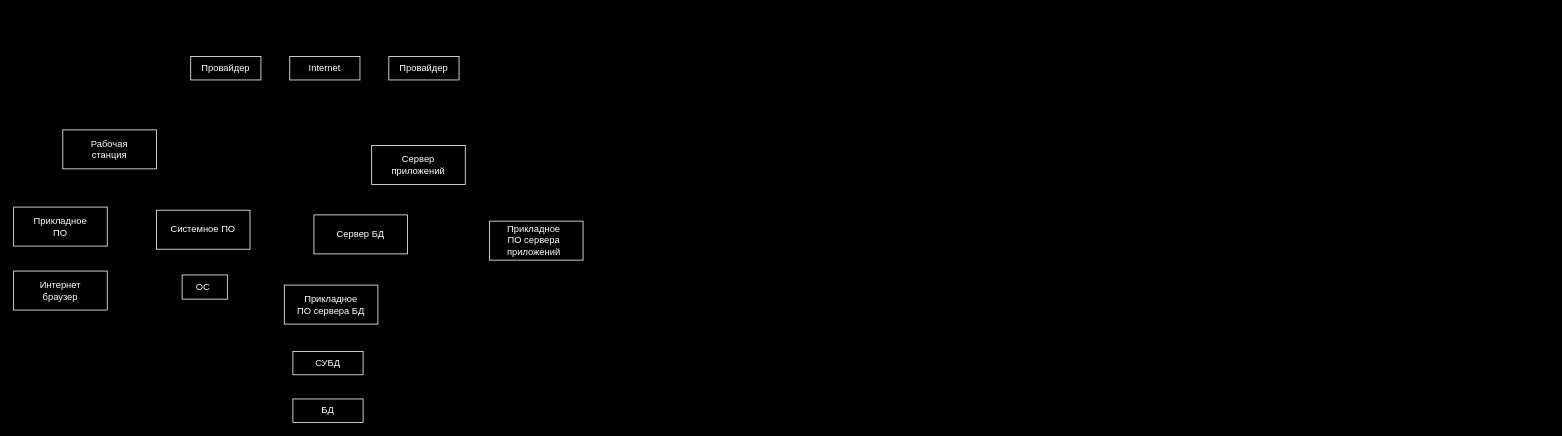
Before: Проектная модель СЭ ПС.drawio in hiff0/db-city-council, a draw.io diagram. Source tidied: cells renumbered, new cells numbered last; positions are measured from the earlier drawing's top-left corner, leaving out a move shared by most shapes. Both pictures are drawn from the tidied source at 78%, with x=0, y=0 at pixel (13, 56).
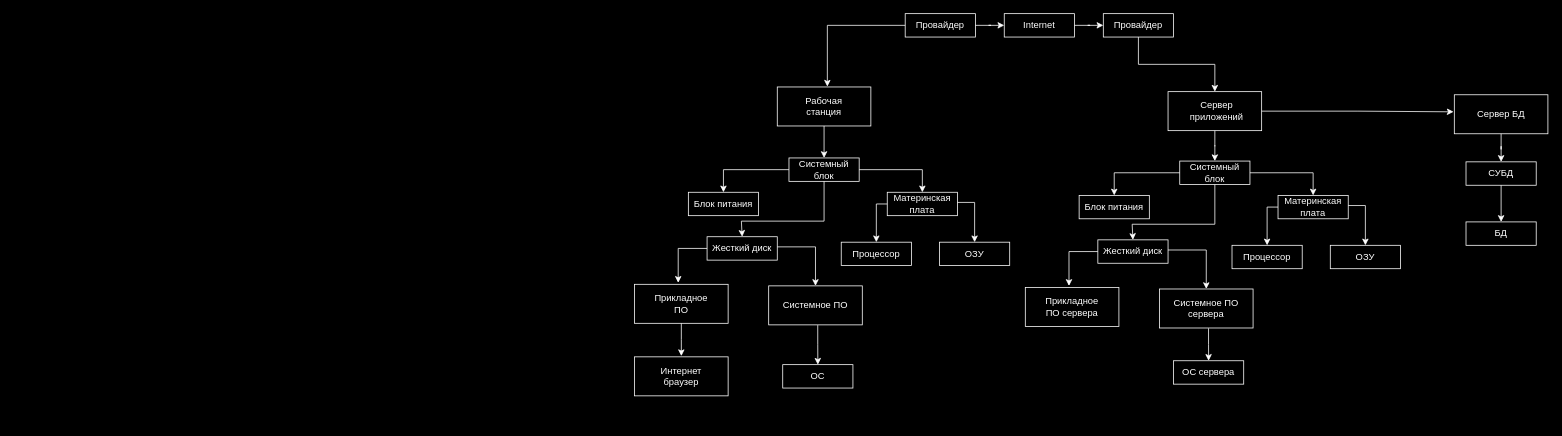
The same diagram, later.

Change to the diagram source:
```diff
@@
     <mxCell id="2" style="rounded=0;whiteSpace=wrap;html=1;strokeColor=#FFFFFF;fillColor=none;" parent="1" vertex="1">
-      <mxGeometry y="275" width="120" height="50" as="geometry" />
+      <mxGeometry x="796" y="385" width="120" height="50" as="geometry" />
     </mxCell>
     <mxCell id="3" value="&lt;font color=&quot;#ffffff&quot;&gt;Интернет браузер&lt;/font&gt;" style="text;html=1;align=center;verticalAlign=middle;whiteSpace=wrap;rounded=0;" parent="1" vertex="1">
-      <mxGeometry x="15" y="285" width="90" height="30" as="geometry" />
+      <mxGeometry x="811" y="395" width="90" height="30" as="geometry" />
     </mxCell>
+    <mxCell id="25" style="edgeStyle=orthogonalEdgeStyle;rounded=0;jettySize=auto;html=1;strokeColor=#FFFFFF;" parent="1" edge="1" source="4">
+      <mxGeometry relative="1" as="geometry">
+        <mxPoint x="856" y="384" as="targetPoint" />
+      </mxGeometry>
+    </mxCell>
     <mxCell id="4" style="rounded=0;whiteSpace=wrap;html=1;strokeColor=#FFFFFF;fillColor=none;" parent="1" vertex="1">
-      <mxGeometry y="193" width="120" height="50" as="geometry" />
+      <mxGeometry x="796" y="292" width="120" height="50" as="geometry" />
     </mxCell>
     <mxCell id="5" value="&lt;font color=&quot;#ffffff&quot;&gt;Прикладное ПО&lt;/font&gt;" style="text;html=1;align=center;verticalAlign=middle;whiteSpace=wrap;rounded=0;" parent="1" vertex="1">
-      <mxGeometry x="15" y="203" width="90" height="30" as="geometry" />
+      <mxGeometry x="811" y="302" width="90" height="30" as="geometry" />
     </mxCell>
+    <mxCell id="26" style="edgeStyle=orthogonalEdgeStyle;rounded=0;jettySize=auto;html=1;strokeColor=#FFFFFF;" parent="1" edge="1" source="6" target="40">
+      <mxGeometry relative="1" as="geometry" />
+    </mxCell>
     <mxCell id="6" style="rounded=0;whiteSpace=wrap;html=1;strokeColor=#FFFFFF;fillColor=none;" parent="1" vertex="1">
-      <mxGeometry x="63" y="94" width="120" height="50" as="geometry" />
+      <mxGeometry x="979" y="39" width="120" height="50" as="geometry" />
     </mxCell>
     <mxCell id="7" value="&lt;font color=&quot;#ffffff&quot;&gt;Рабочая станция&lt;/font&gt;" style="text;html=1;align=center;verticalAlign=middle;whiteSpace=wrap;rounded=0;" parent="1" vertex="1">
-      <mxGeometry x="78" y="104" width="90" height="30" as="geometry" />
+      <mxGeometry x="994" y="49" width="90" height="30" as="geometry" />
     </mxCell>
+    <mxCell id="27" style="edgeStyle=orthogonalEdgeStyle;rounded=0;jettySize=auto;html=1;" parent="1" edge="1" source="8" target="11">
+      <mxGeometry relative="1" as="geometry" />
+    </mxCell>
     <mxCell id="8" style="rounded=0;whiteSpace=wrap;html=1;strokeColor=#FFFFFF;fillColor=none;" parent="1" vertex="1">
-      <mxGeometry x="183" y="197" width="120" height="50" as="geometry" />
+      <mxGeometry x="968" y="294" width="120" height="50" as="geometry" />
     </mxCell>
+    <mxCell id="28" style="edgeStyle=orthogonalEdgeStyle;rounded=0;jettySize=auto;html=1;strokeColor=#FFFFFF;exitX=0.524;exitY=1.008;exitDx=0;exitDy=0;exitPerimeter=0;" parent="1" edge="1" source="8" target="11">
+      <mxGeometry relative="1" as="geometry" />
+    </mxCell>
     <mxCell id="9" value="&lt;font color=&quot;#ffffff&quot;&gt;Системное ПО&lt;/font&gt;" style="text;html=1;align=center;verticalAlign=middle;whiteSpace=wrap;rounded=0;" parent="1" vertex="1">
-      <mxGeometry x="198" y="207" width="90" height="30" as="geometry" />
+      <mxGeometry x="983" y="304" width="90" height="30" as="geometry" />
     </mxCell>
-    <mxCell id="10" style="rounded=0;whiteSpace=wrap;html=1;strokeColor=#FFFFFF;fillColor=none;" parent="1" vertex="1">
-      <mxGeometry x="216" y="280" width="58" height="31" as="geometry" />
-    </mxCell>
-    <mxCell id="11" value="&lt;font color=&quot;#ffffff&quot;&gt;ОС&lt;/font&gt;" style="text;html=1;align=center;verticalAlign=middle;whiteSpace=wrap;rounded=0;" parent="1" vertex="1">
-      <mxGeometry x="198" y="281" width="90" height="30" as="geometry" />
-    </mxCell>
+    <mxCell id="29" style="edgeStyle=orthogonalEdgeStyle;rounded=0;jettySize=auto;html=1;entryX=0.535;entryY=-0.01;entryDx=0;entryDy=0;entryPerimeter=0;strokeColor=#FFFFFF;" parent="1" edge="1" source="12" target="6">
+      <mxGeometry relative="1" as="geometry" />
+    </mxCell>
+    <mxCell id="30" style="edgeStyle=orthogonalEdgeStyle;rounded=0;jettySize=auto;html=1;strokeColor=#FFFFFF;" parent="1" edge="1" source="12" target="14">
+      <mxGeometry relative="1" as="geometry" />
+    </mxCell>
     <mxCell id="12" value="&lt;font color=&quot;#ffffff&quot;&gt;Провайдер&lt;/font&gt;" style="text;html=1;align=center;verticalAlign=middle;whiteSpace=wrap;rounded=0;strokeColor=#FFFFFF;" parent="1" vertex="1">
-      <mxGeometry x="227" width="90" height="30" as="geometry" />
+      <mxGeometry x="1143" y="-55" width="90" height="30" as="geometry" />
     </mxCell>
+    <mxCell id="31" style="edgeStyle=orthogonalEdgeStyle;rounded=0;jettySize=auto;html=1;strokeColor=#FFFFFF;" parent="1" edge="1" source="13" target="15">
+      <mxGeometry relative="1" as="geometry" />
+    </mxCell>
     <mxCell id="13" value="&lt;font color=&quot;#ffffff&quot;&gt;Провайдер&lt;/font&gt;" style="text;html=1;align=center;verticalAlign=middle;whiteSpace=wrap;rounded=0;strokeColor=#FFFFFF;" parent="1" vertex="1">
-      <mxGeometry x="481" width="90" height="30" as="geometry" />
+      <mxGeometry x="1397" y="-55" width="90" height="30" as="geometry" />
     </mxCell>
+    <mxCell id="32" style="edgeStyle=orthogonalEdgeStyle;rounded=0;jettySize=auto;html=1;strokeColor=#FFFFFF;" parent="1" edge="1" source="14" target="13">
+      <mxGeometry relative="1" as="geometry" />
+    </mxCell>
     <mxCell id="14" value="&lt;font color=&quot;#ffffff&quot;&gt;Internet&lt;/font&gt;" style="text;html=1;align=center;verticalAlign=middle;whiteSpace=wrap;rounded=0;strokeColor=#FFFFFF;" parent="1" vertex="1">
-      <mxGeometry x="354" width="90" height="30" as="geometry" />
+      <mxGeometry x="1270" y="-55" width="90" height="30" as="geometry" />
     </mxCell>
+    <mxCell id="33" style="edgeStyle=orthogonalEdgeStyle;rounded=0;jettySize=auto;html=1;strokeColor=#FFFFFF;" parent="1" edge="1" source="15" target="62">
+      <mxGeometry relative="1" as="geometry" />
+    </mxCell>
+    <mxCell id="34" style="edgeStyle=orthogonalEdgeStyle;rounded=0;jettySize=auto;html=1;strokeColor=#FFFFFF;entryX=-0.008;entryY=0.437;entryDx=0;entryDy=0;entryPerimeter=0;" parent="1" edge="1" source="15" target="19">
+      <mxGeometry relative="1" as="geometry" />
+    </mxCell>
     <mxCell id="15" style="rounded=0;whiteSpace=wrap;html=1;strokeColor=#FFFFFF;fillColor=none;" parent="1" vertex="1">
-      <mxGeometry x="459" y="114" width="120" height="50" as="geometry" />
+      <mxGeometry x="1480" y="45" width="120" height="50" as="geometry" />
     </mxCell>
     <mxCell id="16" value="&lt;font color=&quot;#ffffff&quot;&gt;Сервер приложений&lt;/font&gt;" style="text;html=1;align=center;verticalAlign=middle;whiteSpace=wrap;rounded=0;" parent="1" vertex="1">
-      <mxGeometry x="474" y="124" width="90" height="30" as="geometry" />
+      <mxGeometry x="1495" y="55" width="95" height="30" as="geometry" />
     </mxCell>
-    <mxCell id="17" style="rounded=0;whiteSpace=wrap;html=1;strokeColor=#FFFFFF;fillColor=none;" parent="1" vertex="1">
-      <mxGeometry x="610" y="211" width="120" height="50" as="geometry" />
-    </mxCell>
-    <mxCell id="18" value="&lt;font color=&quot;#ffffff&quot;&gt;Прикладное ПО сервера приложений&lt;/font&gt;" style="text;html=1;align=center;verticalAlign=middle;whiteSpace=wrap;rounded=0;" parent="1" vertex="1">
-      <mxGeometry x="622" y="221" width="90" height="30" as="geometry" />
-    </mxCell>
+    <mxCell id="35" style="edgeStyle=orthogonalEdgeStyle;rounded=0;jettySize=auto;html=1;strokeColor=#FFFFFF;" parent="1" edge="1" source="19" target="24">
+      <mxGeometry relative="1" as="geometry" />
+    </mxCell>
     <mxCell id="19" style="rounded=0;whiteSpace=wrap;html=1;strokeColor=#FFFFFF;fillColor=none;" parent="1" vertex="1">
-      <mxGeometry x="385" y="203" width="120" height="50" as="geometry" />
+      <mxGeometry x="1847" y="49" width="120" height="50" as="geometry" />
     </mxCell>
     <mxCell id="20" value="&lt;font color=&quot;#ffffff&quot;&gt;Сервер БД&lt;/font&gt;" style="text;html=1;align=center;verticalAlign=middle;whiteSpace=wrap;rounded=0;" parent="1" vertex="1">
-      <mxGeometry x="400" y="213" width="90" height="30" as="geometry" />
+      <mxGeometry x="1862" y="59" width="90" height="30" as="geometry" />
     </mxCell>
-    <mxCell id="21" style="rounded=0;whiteSpace=wrap;html=1;strokeColor=#FFFFFF;fillColor=none;" parent="1" vertex="1">
-      <mxGeometry x="347" y="293" width="120" height="50" as="geometry" />
-    </mxCell>
-    <mxCell id="22" value="&lt;font color=&quot;#ffffff&quot;&gt;Прикладное ПО сервера БД&lt;/font&gt;" style="text;html=1;align=center;verticalAlign=middle;whiteSpace=wrap;rounded=0;" parent="1" vertex="1">
-      <mxGeometry x="362" y="303" width="90" height="30" as="geometry" />
-    </mxCell>
     <mxCell id="23" value="&lt;font color=&quot;#ffffff&quot;&gt;БД&lt;/font&gt;" style="text;html=1;align=center;verticalAlign=middle;whiteSpace=wrap;rounded=0;strokeColor=#FFFFFF;" parent="1" vertex="1">
-      <mxGeometry x="358" y="439" width="90" height="30" as="geometry" />
+      <mxGeometry x="1862" y="212" width="90" height="30" as="geometry" />
     </mxCell>
+    <mxCell id="36" style="edgeStyle=orthogonalEdgeStyle;rounded=0;jettySize=auto;html=1;strokeColor=#FFFFFF;" parent="1" edge="1" source="24" target="23">
+      <mxGeometry relative="1" as="geometry" />
+    </mxCell>
     <mxCell id="24" value="&lt;font color=&quot;#ffffff&quot;&gt;СУБД&lt;/font&gt;" style="text;html=1;align=center;verticalAlign=middle;whiteSpace=wrap;rounded=0;strokeColor=#FFFFFF;" parent="1" vertex="1">
-      <mxGeometry x="358" y="378" width="90" height="30" as="geometry" />
+      <mxGeometry x="1862" y="135" width="90" height="30" as="geometry" />
     </mxCell>
+    <mxCell id="37" style="edgeStyle=orthogonalEdgeStyle;rounded=0;jettySize=auto;html=1;strokeColor=#FFFFFF;" parent="1" edge="1" source="40" target="42">
+      <mxGeometry relative="1" as="geometry" />
+    </mxCell>
+    <mxCell id="38" style="edgeStyle=orthogonalEdgeStyle;rounded=0;jettySize=auto;html=1;strokeColor=#FFFFFF;" parent="1" edge="1" source="40" target="49">
+      <mxGeometry relative="1" as="geometry" />
+    </mxCell>
+    <mxCell id="39" style="edgeStyle=orthogonalEdgeStyle;rounded=0;jettySize=auto;html=1;entryX=0.5;entryY=0;entryDx=0;entryDy=0;strokeColor=#FFFFFF;" parent="1" edge="1" source="40" target="46">
+      <mxGeometry relative="1" as="geometry">
+        <Array as="points">
+          <mxPoint x="1039" y="211" />
+          <mxPoint x="933" y="211" />
+          <mxPoint x="933" y="231" />
+        </Array>
+      </mxGeometry>
+    </mxCell>
+    <mxCell id="40" value="&lt;font color=&quot;#ffffff&quot;&gt;Системный блок&lt;/font&gt;" style="text;html=1;align=center;verticalAlign=middle;whiteSpace=wrap;rounded=0;strokeColor=#FFFFFF;" parent="1" vertex="1">
+      <mxGeometry x="994" y="130" width="90" height="30" as="geometry" />
+    </mxCell>
+    <mxCell id="41" style="edgeStyle=orthogonalEdgeStyle;rounded=0;jettySize=auto;html=1;exitX=0.5;exitY=1;exitDx=0;exitDy=0;" parent="1" edge="1" source="42">
+      <mxGeometry relative="1" as="geometry">
+        <mxPoint x="916" y="199.6" as="targetPoint" />
+      </mxGeometry>
+    </mxCell>
+    <mxCell id="42" value="&lt;font color=&quot;#ffffff&quot;&gt;Блок питания&lt;/font&gt;" style="text;html=1;align=center;verticalAlign=middle;whiteSpace=wrap;rounded=0;strokeColor=#FFFFFF;" parent="1" vertex="1">
+      <mxGeometry x="865" y="174" width="90" height="30" as="geometry" />
+    </mxCell>
+    <mxCell id="11" value="&lt;font color=&quot;#ffffff&quot;&gt;ОС&lt;/font&gt;" style="text;html=1;align=center;verticalAlign=middle;whiteSpace=wrap;rounded=0;strokeColor=#FFFFFF;" parent="1" vertex="1">
+      <mxGeometry x="986" y="395" width="90" height="30" as="geometry" />
+    </mxCell>
+    <mxCell id="43" style="edgeStyle=orthogonalEdgeStyle;rounded=0;jettySize=auto;html=1;" parent="1" edge="1" source="46" target="8">
+      <mxGeometry relative="1" as="geometry">
+        <Array as="points">
+          <mxPoint x="1026" y="246" />
+          <mxPoint x="1026" y="274" />
+          <mxPoint x="1028" y="274" />
+        </Array>
+      </mxGeometry>
+    </mxCell>
+    <mxCell id="44" value="&lt;div&gt;&lt;br&gt;&lt;/div&gt;&lt;div&gt;&lt;br&gt;&lt;/div&gt;&lt;div&gt;&lt;br&gt;&lt;/div&gt;&lt;div&gt;&lt;br&gt;&lt;/div&gt;" style="edgeStyle=orthogonalEdgeStyle;rounded=0;jettySize=auto;html=1;startArrow=none;startFill=0;strokeColor=#FFFFFF;" parent="1" edge="1" source="46">
+      <mxGeometry relative="1" as="geometry">
+        <mxPoint x="852" y="290" as="targetPoint" />
+        <Array as="points">
+          <mxPoint x="852" y="246" />
+          <mxPoint x="852" y="288" />
+        </Array>
+      </mxGeometry>
+    </mxCell>
+    <mxCell id="45" style="edgeStyle=orthogonalEdgeStyle;rounded=0;jettySize=auto;html=1;entryX=0.5;entryY=0;entryDx=0;entryDy=0;strokeColor=#FFFFFF;" parent="1" edge="1" source="46" target="8">
+      <mxGeometry relative="1" as="geometry">
+        <Array as="points">
+          <mxPoint x="1028" y="244" />
+        </Array>
+      </mxGeometry>
+    </mxCell>
+    <mxCell id="46" value="&lt;font color=&quot;#ffffff&quot;&gt;Жесткий диск&lt;/font&gt;" style="text;html=1;align=center;verticalAlign=middle;whiteSpace=wrap;rounded=0;strokeColor=#FFFFFF;" parent="1" vertex="1">
+      <mxGeometry x="889" y="231" width="90" height="30" as="geometry" />
+    </mxCell>
+    <mxCell id="47" style="edgeStyle=orthogonalEdgeStyle;rounded=0;jettySize=auto;html=1;entryX=0.5;entryY=0;entryDx=0;entryDy=0;strokeColor=#FFFFFF;" parent="1" edge="1" source="49" target="52">
+      <mxGeometry relative="1" as="geometry">
+        <Array as="points">
+          <mxPoint x="1106" y="189" />
+        </Array>
+      </mxGeometry>
+    </mxCell>
+    <mxCell id="48" style="edgeStyle=orthogonalEdgeStyle;rounded=0;jettySize=auto;html=1;entryX=0.5;entryY=0;entryDx=0;entryDy=0;strokeColor=#FFFFFF;" parent="1" edge="1" source="49" target="51">
+      <mxGeometry relative="1" as="geometry">
+        <Array as="points">
+          <mxPoint x="1232" y="187" />
+        </Array>
+      </mxGeometry>
+    </mxCell>
+    <mxCell id="49" value="&lt;font color=&quot;#ffffff&quot;&gt;Материнская плата&lt;/font&gt;" style="text;html=1;align=center;verticalAlign=middle;whiteSpace=wrap;rounded=0;strokeColor=#FFFFFF;" parent="1" vertex="1">
+      <mxGeometry x="1120" y="174" width="90" height="30" as="geometry" />
+    </mxCell>
+    <mxCell id="50" style="edgeStyle=orthogonalEdgeStyle;rounded=0;orthogonalLoop=1;jettySize=auto;html=1;exitX=0.5;exitY=1;exitDx=0;exitDy=0;" parent="1" edge="1" source="24" target="24">
+      <mxGeometry relative="1" as="geometry" />
+    </mxCell>
+    <mxCell id="51" value="&lt;font color=&quot;#ffffff&quot;&gt;ОЗУ&lt;/font&gt;" style="text;html=1;align=center;verticalAlign=middle;whiteSpace=wrap;rounded=0;strokeColor=#FFFFFF;" parent="1" vertex="1">
+      <mxGeometry x="1187" y="238" width="90" height="30" as="geometry" />
+    </mxCell>
+    <mxCell id="52" value="&lt;font color=&quot;#ffffff&quot;&gt;Процессор&lt;/font&gt;" style="text;html=1;align=center;verticalAlign=middle;whiteSpace=wrap;rounded=0;strokeColor=#FFFFFF;" parent="1" vertex="1">
+      <mxGeometry x="1061" y="238" width="90" height="30" as="geometry" />
+    </mxCell>
+    <mxCell id="53" style="rounded=0;whiteSpace=wrap;html=1;strokeColor=#FFFFFF;fillColor=none;" parent="1" vertex="1">
+      <mxGeometry x="1297" y="296" width="120" height="50" as="geometry" />
+    </mxCell>
+    <mxCell id="54" value="&lt;font color=&quot;#ffffff&quot;&gt;Прикладное ПО сервера&lt;/font&gt;" style="text;html=1;align=center;verticalAlign=middle;whiteSpace=wrap;rounded=0;" parent="1" vertex="1">
+      <mxGeometry x="1312" y="306" width="90" height="30" as="geometry" />
+    </mxCell>
+    <mxCell id="55" style="edgeStyle=orthogonalEdgeStyle;rounded=0;jettySize=auto;html=1;" parent="1" edge="1" source="56" target="65">
+      <mxGeometry relative="1" as="geometry" />
+    </mxCell>
+    <mxCell id="56" style="rounded=0;whiteSpace=wrap;html=1;strokeColor=#FFFFFF;fillColor=none;" parent="1" vertex="1">
+      <mxGeometry x="1469" y="298" width="120" height="50" as="geometry" />
+    </mxCell>
+    <mxCell id="57" style="edgeStyle=orthogonalEdgeStyle;rounded=0;jettySize=auto;html=1;strokeColor=#FFFFFF;exitX=0.524;exitY=1.008;exitDx=0;exitDy=0;exitPerimeter=0;" parent="1" edge="1" source="56" target="65">
+      <mxGeometry relative="1" as="geometry" />
+    </mxCell>
+    <mxCell id="58" value="&lt;font color=&quot;#ffffff&quot;&gt;Системное ПО сервера&lt;/font&gt;" style="text;html=1;align=center;verticalAlign=middle;whiteSpace=wrap;rounded=0;" parent="1" vertex="1">
+      <mxGeometry x="1484" y="308" width="90" height="30" as="geometry" />
+    </mxCell>
+    <mxCell id="59" style="edgeStyle=orthogonalEdgeStyle;rounded=0;jettySize=auto;html=1;strokeColor=#FFFFFF;" parent="1" edge="1" source="62" target="64">
+      <mxGeometry relative="1" as="geometry" />
+    </mxCell>
+    <mxCell id="60" style="edgeStyle=orthogonalEdgeStyle;rounded=0;jettySize=auto;html=1;strokeColor=#FFFFFF;" parent="1" edge="1" source="62" target="72">
+      <mxGeometry relative="1" as="geometry" />
+    </mxCell>
+    <mxCell id="61" style="edgeStyle=orthogonalEdgeStyle;rounded=0;jettySize=auto;html=1;entryX=0.5;entryY=0;entryDx=0;entryDy=0;strokeColor=#FFFFFF;" parent="1" edge="1" source="62" target="69">
+      <mxGeometry relative="1" as="geometry">
+        <Array as="points">
+          <mxPoint x="1540" y="215" />
+          <mxPoint x="1434" y="215" />
+          <mxPoint x="1434" y="235" />
+        </Array>
+      </mxGeometry>
+    </mxCell>
+    <mxCell id="62" value="&lt;font color=&quot;#ffffff&quot;&gt;Системный блок&lt;/font&gt;" style="text;html=1;align=center;verticalAlign=middle;whiteSpace=wrap;rounded=0;strokeColor=#FFFFFF;" parent="1" vertex="1">
+      <mxGeometry x="1495" y="134" width="90" height="30" as="geometry" />
+    </mxCell>
+    <mxCell id="63" style="edgeStyle=orthogonalEdgeStyle;rounded=0;jettySize=auto;html=1;exitX=0.5;exitY=1;exitDx=0;exitDy=0;" parent="1" edge="1" source="64">
+      <mxGeometry relative="1" as="geometry">
+        <mxPoint x="1417" y="203.6" as="targetPoint" />
+      </mxGeometry>
+    </mxCell>
+    <mxCell id="64" value="&lt;font color=&quot;#ffffff&quot;&gt;Блок питания&lt;/font&gt;" style="text;html=1;align=center;verticalAlign=middle;whiteSpace=wrap;rounded=0;strokeColor=#FFFFFF;" parent="1" vertex="1">
+      <mxGeometry x="1366" y="178" width="90" height="30" as="geometry" />
+    </mxCell>
+    <mxCell id="65" value="&lt;font color=&quot;#ffffff&quot;&gt;ОС сервера&lt;/font&gt;" style="text;html=1;align=center;verticalAlign=middle;whiteSpace=wrap;rounded=0;strokeColor=#FFFFFF;" parent="1" vertex="1">
+      <mxGeometry x="1487" y="390" width="90" height="30" as="geometry" />
+    </mxCell>
+    <mxCell id="66" style="edgeStyle=orthogonalEdgeStyle;rounded=0;jettySize=auto;html=1;" parent="1" edge="1" source="69" target="56">
+      <mxGeometry relative="1" as="geometry">
+        <Array as="points">
+          <mxPoint x="1527" y="250" />
+          <mxPoint x="1527" y="278" />
+          <mxPoint x="1529" y="278" />
+        </Array>
+      </mxGeometry>
+    </mxCell>
+    <mxCell id="67" value="&lt;div&gt;&lt;br&gt;&lt;/div&gt;&lt;div&gt;&lt;br&gt;&lt;/div&gt;&lt;div&gt;&lt;br&gt;&lt;/div&gt;&lt;div&gt;&lt;br&gt;&lt;/div&gt;" style="edgeStyle=orthogonalEdgeStyle;rounded=0;jettySize=auto;html=1;startArrow=none;startFill=0;strokeColor=#FFFFFF;" parent="1" edge="1" source="69">
+      <mxGeometry relative="1" as="geometry">
+        <mxPoint x="1353" y="294" as="targetPoint" />
+        <Array as="points">
+          <mxPoint x="1353" y="250" />
+          <mxPoint x="1353" y="292" />
+        </Array>
+      </mxGeometry>
+    </mxCell>
+    <mxCell id="68" style="edgeStyle=orthogonalEdgeStyle;rounded=0;jettySize=auto;html=1;entryX=0.5;entryY=0;entryDx=0;entryDy=0;strokeColor=#FFFFFF;" parent="1" edge="1" source="69" target="56">
+      <mxGeometry relative="1" as="geometry">
+        <Array as="points">
+          <mxPoint x="1529" y="248" />
+        </Array>
+      </mxGeometry>
+    </mxCell>
+    <mxCell id="69" value="&lt;font color=&quot;#ffffff&quot;&gt;Жесткий диск&lt;/font&gt;" style="text;html=1;align=center;verticalAlign=middle;whiteSpace=wrap;rounded=0;strokeColor=#FFFFFF;" parent="1" vertex="1">
+      <mxGeometry x="1390" y="235" width="90" height="30" as="geometry" />
+    </mxCell>
+    <mxCell id="70" style="edgeStyle=orthogonalEdgeStyle;rounded=0;jettySize=auto;html=1;entryX=0.5;entryY=0;entryDx=0;entryDy=0;strokeColor=#FFFFFF;" parent="1" edge="1" source="72" target="74">
+      <mxGeometry relative="1" as="geometry">
+        <Array as="points">
+          <mxPoint x="1607" y="193" />
+        </Array>
+      </mxGeometry>
+    </mxCell>
+    <mxCell id="71" style="edgeStyle=orthogonalEdgeStyle;rounded=0;jettySize=auto;html=1;entryX=0.5;entryY=0;entryDx=0;entryDy=0;strokeColor=#FFFFFF;" parent="1" edge="1" source="72" target="73">
+      <mxGeometry relative="1" as="geometry">
+        <Array as="points">
+          <mxPoint x="1733" y="191" />
+        </Array>
+      </mxGeometry>
+    </mxCell>
+    <mxCell id="72" value="&lt;font color=&quot;#ffffff&quot;&gt;Материнская плата&lt;/font&gt;" style="text;html=1;align=center;verticalAlign=middle;whiteSpace=wrap;rounded=0;strokeColor=#FFFFFF;" parent="1" vertex="1">
+      <mxGeometry x="1621" y="178" width="90" height="30" as="geometry" />
+    </mxCell>
+    <mxCell id="73" value="&lt;font color=&quot;#ffffff&quot;&gt;ОЗУ&lt;/font&gt;" style="text;html=1;align=center;verticalAlign=middle;whiteSpace=wrap;rounded=0;strokeColor=#FFFFFF;" parent="1" vertex="1">
+      <mxGeometry x="1688" y="242" width="90" height="30" as="geometry" />
+    </mxCell>
+    <mxCell id="74" value="&lt;font color=&quot;#ffffff&quot;&gt;Процессор&lt;/font&gt;" style="text;html=1;align=center;verticalAlign=middle;whiteSpace=wrap;rounded=0;strokeColor=#FFFFFF;" parent="1" vertex="1">
+      <mxGeometry x="1562" y="242" width="90" height="30" as="geometry" />
+    </mxCell>
```
